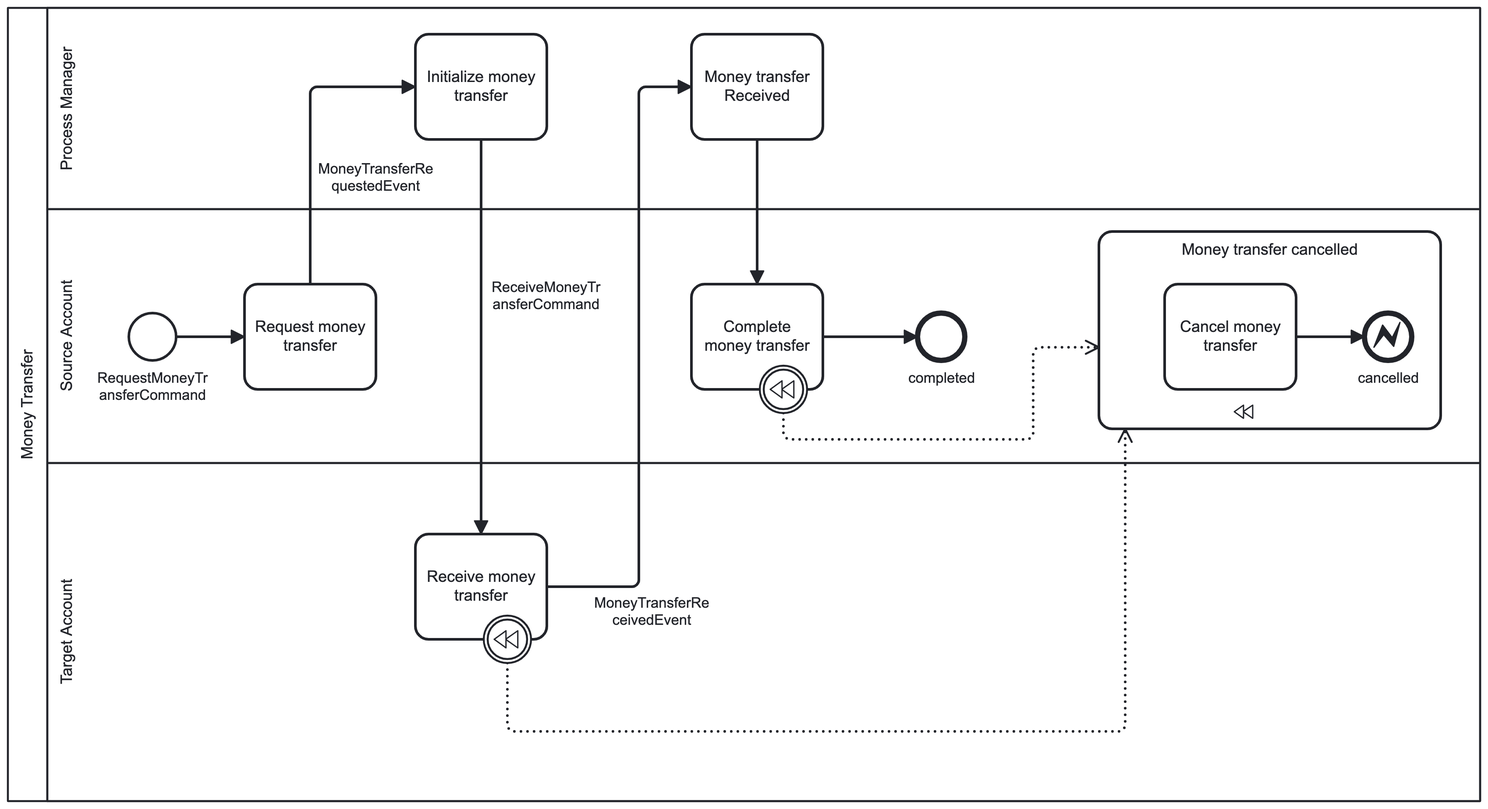
Before: jmolecules-axon/03-onion-axon-cqrs-es-bank/documentation/context-mapper/money-transfer-saga.png, a diagram exported from BPMN (xmolecules/jmolecules-examples). Its source is kept beside it as jmolecules-axon/03-onion-axon-cqrs-es-bank/documentation/context-mapper/money-transfer-saga.bpmn. Ids are renumbered.
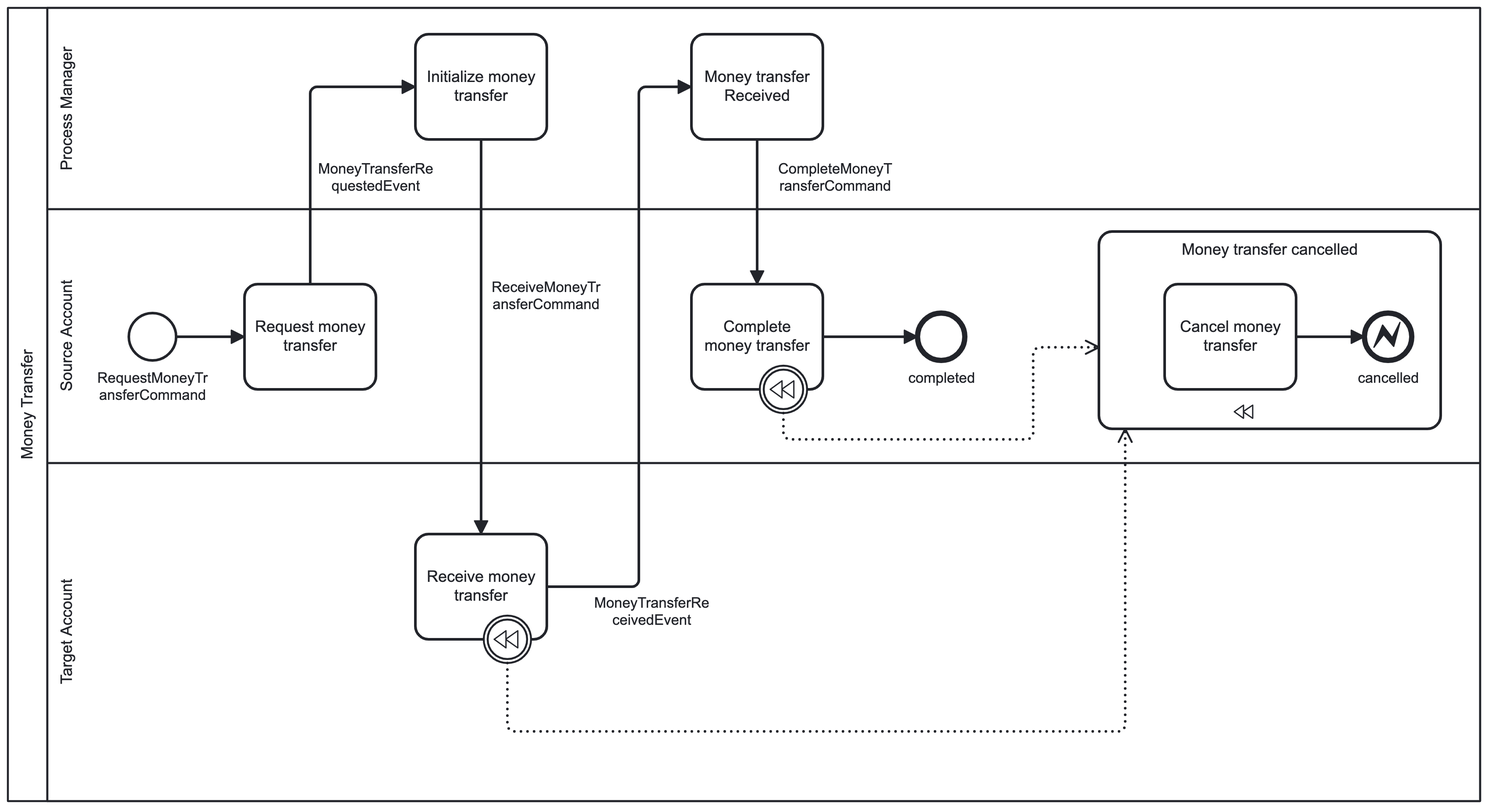
Above is the later version.

Change to the diagram source:
```diff
@@ -68,7 +68,7 @@
     <bpmn:sequenceFlow id="Flow_n20" name="ReceiveMoneyTransferCommand" sourceRef="Activity_n7" targetRef="Activity_n16" />
     <bpmn:sequenceFlow id="Flow_n21" name="MoneyTransferReceivedEvent" sourceRef="Activity_n16" targetRef="Activity_n8" />
     <bpmn:sequenceFlow id="Flow_n22" sourceRef="Activity_n12" targetRef="Event_n11" />
-    <bpmn:sequenceFlow id="Flow_n23" sourceRef="Activity_n8" targetRef="Activity_n12" />
+    <bpmn:sequenceFlow id="Flow_n23" name="CompleteMoneyTransferCommand" sourceRef="Activity_n8" targetRef="Activity_n12" />
     <bpmn:association id="Association_n30" associationDirection="One" sourceRef="Event_n17" targetRef="Activity_n13" />
     <bpmn:association id="Association_n31" associationDirection="One" sourceRef="Event_n14" targetRef="Activity_n13" />
   </bpmn:process>
@@ -78,16 +78,16 @@
         <dc:Bounds x="160" y="80" width="1120" height="603" />
         <bpmndi:BPMNLabel />
       </bpmndi:BPMNShape>
-      <bpmndi:BPMNShape id="Lane_n6_di" bpmnElement="Lane_n6" isHorizontal="true">
-        <dc:Bounds x="190" y="80" width="1090" height="153" />
+      <bpmndi:BPMNShape id="Lane_n15_di" bpmnElement="Lane_n15" isHorizontal="true">
+        <dc:Bounds x="190" y="426" width="1090" height="257" />
         <bpmndi:BPMNLabel />
       </bpmndi:BPMNShape>
       <bpmndi:BPMNShape id="Lane_n9_di" bpmnElement="Lane_n9" isHorizontal="true">
         <dc:Bounds x="190" y="233" width="1090" height="193" />
         <bpmndi:BPMNLabel />
       </bpmndi:BPMNShape>
-      <bpmndi:BPMNShape id="Lane_n15_di" bpmnElement="Lane_n15" isHorizontal="true">
-        <dc:Bounds x="190" y="426" width="1090" height="257" />
+      <bpmndi:BPMNShape id="Lane_n6_di" bpmnElement="Lane_n6" isHorizontal="true">
+        <dc:Bounds x="190" y="80" width="1090" height="153" />
         <bpmndi:BPMNLabel />
       </bpmndi:BPMNShape>
       <bpmndi:BPMNShape id="_BPMNShape_StartEvent_2" bpmnElement="StartEvent_1">
@@ -139,24 +139,11 @@
         <di:waypoint x="1140" y="330" />
         <di:waypoint x="1192" y="330" />
       </bpmndi:BPMNEdge>
-      <bpmndi:BPMNEdge id="Association_n30_di" bpmnElement="Association_n30">
-        <di:waypoint x="540" y="578" />
-        <di:waypoint x="540" y="630" />
-        <di:waypoint x="1010" y="630" />
-        <di:waypoint x="1010" y="400" />
-      </bpmndi:BPMNEdge>
-      <bpmndi:BPMNEdge id="Association_n31_di" bpmnElement="Association_n31">
-        <di:waypoint x="750" y="388" />
-        <di:waypoint x="750" y="408" />
-        <di:waypoint x="940" y="408" />
-        <di:waypoint x="940" y="338" />
-        <di:waypoint x="990" y="338" />
-      </bpmndi:BPMNEdge>
+      <bpmndi:BPMNShape id="Event_0sw4fzj_di" bpmnElement="Event_n14">
+        <dc:Bounds x="732" y="352" width="36" height="36" />
+      </bpmndi:BPMNShape>
       <bpmndi:BPMNShape id="Event_0ztwo52_di" bpmnElement="Event_n17">
         <dc:Bounds x="522" y="542" width="36" height="36" />
-      </bpmndi:BPMNShape>
-      <bpmndi:BPMNShape id="Event_0sw4fzj_di" bpmnElement="Event_n14">
-        <dc:Bounds x="732" y="352" width="36" height="36" />
       </bpmndi:BPMNShape>
       <bpmndi:BPMNEdge id="Flow_n18_di" bpmnElement="Flow_n18">
         <di:waypoint x="288" y="330" />
@@ -194,8 +181,21 @@
         <di:waypoint x="730" y="180" />
         <di:waypoint x="730" y="290" />
         <bpmndi:BPMNLabel>
-          <dc:Bounds x="691" y="292" width="88" height="27" />
+          <dc:Bounds x="746" y="196" width="87" height="27" />
         </bpmndi:BPMNLabel>
+      </bpmndi:BPMNEdge>
+      <bpmndi:BPMNEdge id="Association_n30_di" bpmnElement="Association_n30">
+        <di:waypoint x="540" y="578" />
+        <di:waypoint x="540" y="630" />
+        <di:waypoint x="1010" y="630" />
+        <di:waypoint x="1010" y="400" />
+      </bpmndi:BPMNEdge>
+      <bpmndi:BPMNEdge id="Association_n31_di" bpmnElement="Association_n31">
+        <di:waypoint x="750" y="388" />
+        <di:waypoint x="750" y="408" />
+        <di:waypoint x="940" y="408" />
+        <di:waypoint x="940" y="338" />
+        <di:waypoint x="990" y="338" />
       </bpmndi:BPMNEdge>
     </bpmndi:BPMNPlane>
   </bpmndi:BPMNDiagram>
```
